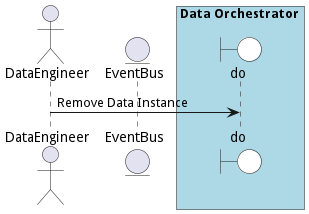
Above: docs/edgemere/diml/dml/do/usecases/managedatainstances/RemoveDataInstance.png in madajaju/edgemere (PlantUML), before the change. Its diagram source:
```plantuml
@startuml

actor "DataEngineer"


entity EventBus

box Data Orchestrator #lightblue
    boundary do #white
end box



"DataEngineer" -> do: Remove Data Instance



@enduml
```
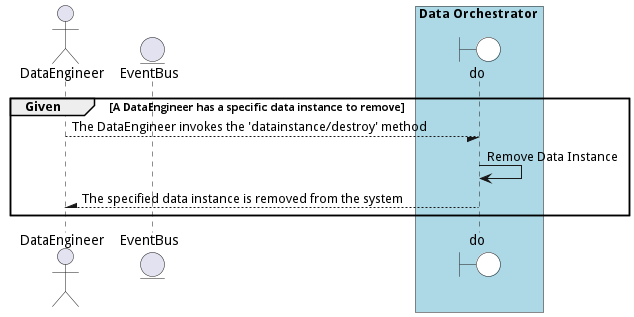
Above is the later version.

What changed in the source:
```diff
@@ -1,4 +1,5 @@
 @startuml
+
 
 actor "DataEngineer"
 
@@ -10,9 +11,16 @@
 end box
 
 
+group Given [A DataEngineer has a specific data instance to remove]
 
-"DataEngineer" -> do: Remove Data Instance
+"DataEngineer" --/ do: The DataEngineer invokes the &#39;datainstance/destroy&#39; method
+"do" -> do: Remove Data Instance
 
 
 
+"DataEngineer" /-- do: The specified data instance is removed from the system
+
+
+end
+
 @enduml
```
